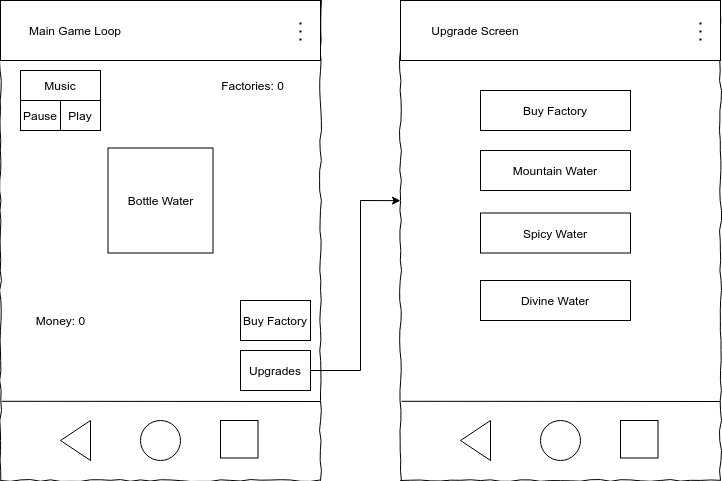
Above: game_wire_frame.png in AdornedT/IdleGameAPP (draw.io), before the change. Source tidied: cells renumbered, new cells last; positions are measured from the earlier drawing's top-left corner, leaving out a move shared by most shapes. Its diagram source:
```xml
<mxGraphModel>
  <root>
    <mxCell id="0" />
    <mxCell id="1" parent="0" />
    <mxCell id="2" style="whiteSpace=wrap;html=1;rounded=0;shadow=0;labelBackgroundColor=none;strokeColor=#000000;strokeWidth=1;fillColor=none;fontFamily=Verdana;fontSize=12;fontColor=#000000;align=center;comic=1;" parent="1" vertex="1">
      <mxGeometry width="320" height="480" as="geometry" />
    </mxCell>
    <mxCell id="3" style="ellipse;whiteSpace=wrap;html=1;" parent="1" vertex="1">
      <mxGeometry x="140" y="420" width="40" height="40" as="geometry" />
    </mxCell>
    <mxCell id="4" style="triangle;whiteSpace=wrap;html=1;direction=west;" parent="1" vertex="1">
      <mxGeometry x="60" y="420" width="30" height="40" as="geometry" />
    </mxCell>
    <mxCell id="5" style="whiteSpace=wrap;html=1;" parent="1" vertex="1">
      <mxGeometry x="220" y="420" width="37.5" height="37.5" as="geometry" />
    </mxCell>
    <mxCell id="6" style="endArrow=none;html=1;rounded=0;exitX=0.003;exitY=0.835;exitDx=0;exitDy=0;exitPerimeter=0;" parent="1" edge="1" source="2">
      <mxGeometry relative="1" as="geometry">
        <mxPoint x="320" y="401" as="targetPoint" />
      </mxGeometry>
    </mxCell>
    <mxCell id="7" style="rounded=0;whiteSpace=wrap;html=1;" parent="1" vertex="1">
      <mxGeometry width="320" height="60" as="geometry" />
    </mxCell>
    <mxCell id="8" value="Main Game Loop" style="text;html=1;strokeColor=none;fillColor=none;align=center;verticalAlign=middle;whiteSpace=wrap;rounded=0;" parent="1" vertex="1">
      <mxGeometry x="20" y="15" width="110" height="30" as="geometry" />
    </mxCell>
    <mxCell id="9" style="endArrow=none;dashed=1;html=1;dashPattern=1 3;strokeWidth=2;rounded=0;" parent="1" edge="1">
      <mxGeometry relative="1" as="geometry">
        <mxPoint x="300" y="40" as="sourcePoint" />
        <mxPoint x="300" y="20" as="targetPoint" />
        <Array as="points">
          <mxPoint x="300" y="30" />
        </Array>
      </mxGeometry>
    </mxCell>
    <mxCell id="10" value="Play" style="rounded=0;whiteSpace=wrap;html=1;" parent="1" vertex="1">
      <mxGeometry x="60" y="100" width="40" height="30" as="geometry" />
    </mxCell>
    <mxCell id="11" value="Music" style="rounded=0;whiteSpace=wrap;html=1;" parent="1" vertex="1">
      <mxGeometry x="20" y="70" width="80" height="30" as="geometry" />
    </mxCell>
    <mxCell id="12" value="Pause" style="rounded=0;whiteSpace=wrap;html=1;" parent="1" vertex="1">
      <mxGeometry x="20" y="100" width="40" height="30" as="geometry" />
    </mxCell>
    <mxCell id="13" value="Bottle Water" style="whiteSpace=wrap;html=1;" parent="1" vertex="1">
      <mxGeometry x="107.5" y="147.5" width="105" height="105" as="geometry" />
    </mxCell>
    <mxCell id="14" value="Upgrades" style="rounded=0;whiteSpace=wrap;html=1;" parent="1" vertex="1">
      <mxGeometry x="240" y="350" width="70" height="40" as="geometry" />
    </mxCell>
    <mxCell id="15" value="Factories: 0" style="text;html=1;strokeColor=none;fillColor=none;align=center;verticalAlign=middle;whiteSpace=wrap;rounded=0;" parent="1" vertex="1">
      <mxGeometry x="210" y="70" width="85" height="30" as="geometry" />
    </mxCell>
    <mxCell id="16" value="Money: 0" style="text;html=1;strokeColor=none;fillColor=none;align=center;verticalAlign=middle;whiteSpace=wrap;rounded=0;" parent="1" vertex="1">
      <mxGeometry x="27.5" y="300" width="65" height="40" as="geometry" />
    </mxCell>
    <mxCell id="17" style="whiteSpace=wrap;html=1;rounded=0;shadow=0;labelBackgroundColor=none;strokeColor=#000000;strokeWidth=1;fillColor=none;fontFamily=Verdana;fontSize=12;fontColor=#000000;align=center;comic=1;" parent="1" vertex="1">
      <mxGeometry x="400" width="320" height="480" as="geometry" />
    </mxCell>
    <mxCell id="18" style="ellipse;whiteSpace=wrap;html=1;" parent="1" vertex="1">
      <mxGeometry x="540" y="420" width="40" height="40" as="geometry" />
    </mxCell>
    <mxCell id="19" style="triangle;whiteSpace=wrap;html=1;direction=west;" parent="1" vertex="1">
      <mxGeometry x="460" y="420" width="30" height="40" as="geometry" />
    </mxCell>
    <mxCell id="20" style="whiteSpace=wrap;html=1;" parent="1" vertex="1">
      <mxGeometry x="620" y="420" width="37.5" height="37.5" as="geometry" />
    </mxCell>
    <mxCell id="21" style="endArrow=none;html=1;rounded=0;exitX=0.003;exitY=0.835;exitDx=0;exitDy=0;exitPerimeter=0;" parent="1" edge="1" source="17">
      <mxGeometry relative="1" as="geometry">
        <mxPoint x="720" y="401" as="targetPoint" />
      </mxGeometry>
    </mxCell>
    <mxCell id="22" style="rounded=0;whiteSpace=wrap;html=1;" parent="1" vertex="1">
      <mxGeometry x="400" width="320" height="60" as="geometry" />
    </mxCell>
    <mxCell id="23" value="Upgrade Screen" style="text;html=1;strokeColor=none;fillColor=none;align=center;verticalAlign=middle;whiteSpace=wrap;rounded=0;" parent="1" vertex="1">
      <mxGeometry x="420" y="15" width="110" height="30" as="geometry" />
    </mxCell>
    <mxCell id="24" style="endArrow=none;dashed=1;html=1;dashPattern=1 3;strokeWidth=2;rounded=0;" parent="1" edge="1">
      <mxGeometry relative="1" as="geometry">
        <mxPoint x="700" y="40" as="sourcePoint" />
        <mxPoint x="700" y="20" as="targetPoint" />
        <Array as="points">
          <mxPoint x="700" y="30" />
        </Array>
      </mxGeometry>
    </mxCell>
    <mxCell id="25" style="endArrow=classic;html=1;rounded=0;exitX=1;exitY=0.5;exitDx=0;exitDy=0;entryX=0;entryY=0.417;entryDx=0;entryDy=0;entryPerimeter=0;" parent="1" edge="1" source="14" target="17">
      <mxGeometry relative="1" as="geometry">
        <Array as="points">
          <mxPoint x="360" y="370" />
          <mxPoint x="360" y="200" />
        </Array>
      </mxGeometry>
    </mxCell>
    <mxCell id="26" value="Buy Factory" style="rounded=0;whiteSpace=wrap;html=1;" parent="1" vertex="1">
      <mxGeometry x="480" y="90" width="150" height="40" as="geometry" />
    </mxCell>
    <mxCell id="27" value="Mountain Water" style="rounded=0;whiteSpace=wrap;html=1;" parent="1" vertex="1">
      <mxGeometry x="480" y="150" width="150" height="40" as="geometry" />
    </mxCell>
    <mxCell id="28" value="Spicy Water" style="rounded=0;whiteSpace=wrap;html=1;" parent="1" vertex="1">
      <mxGeometry x="480" y="212.5" width="150" height="40" as="geometry" />
    </mxCell>
    <mxCell id="29" value="Divine Water" style="rounded=0;whiteSpace=wrap;html=1;" parent="1" vertex="1">
      <mxGeometry x="480" y="280" width="150" height="40" as="geometry" />
    </mxCell>
    <mxCell id="30" value="Buy Factory" style="rounded=0;whiteSpace=wrap;html=1;" parent="1" vertex="1">
      <mxGeometry x="240" y="300" width="70" height="40" as="geometry" />
    </mxCell>
  </root>
</mxGraphModel>
```
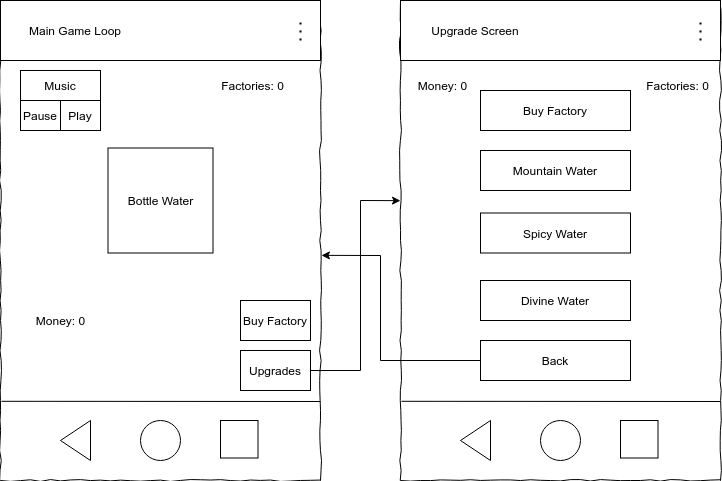
Above is the later version.

Change to the diagram source:
```diff
@@ -110,5 +110,22 @@
     <mxCell id="30" value="Buy Factory" style="rounded=0;whiteSpace=wrap;html=1;" parent="1" vertex="1">
       <mxGeometry x="240" y="300" width="70" height="40" as="geometry" />
     </mxCell>
+    <mxCell id="31" value="Back" style="rounded=0;whiteSpace=wrap;html=1;" parent="1" vertex="1">
+      <mxGeometry x="480" y="340" width="150" height="40" as="geometry" />
+    </mxCell>
+    <mxCell id="32" style="endArrow=classic;html=1;rounded=0;entryX=1.003;entryY=0.531;entryDx=0;entryDy=0;entryPerimeter=0;exitX=0;exitY=0.5;exitDx=0;exitDy=0;" parent="1" edge="1" source="31" target="2">
+      <mxGeometry relative="1" as="geometry">
+        <Array as="points">
+          <mxPoint x="380" y="360" />
+          <mxPoint x="380" y="255" />
+        </Array>
+      </mxGeometry>
+    </mxCell>
+    <mxCell id="33" value="Money: 0" style="text;html=1;strokeColor=none;fillColor=none;align=center;verticalAlign=middle;whiteSpace=wrap;rounded=0;" parent="1" vertex="1">
+      <mxGeometry x="410" y="65" width="65" height="40" as="geometry" />
+    </mxCell>
+    <mxCell id="34" value="Factories: 0" style="text;html=1;strokeColor=none;fillColor=none;align=center;verticalAlign=middle;whiteSpace=wrap;rounded=0;" parent="1" vertex="1">
+      <mxGeometry x="635" y="70" width="85" height="30" as="geometry" />
+    </mxCell>
   </root>
 </mxGraphModel>
```
